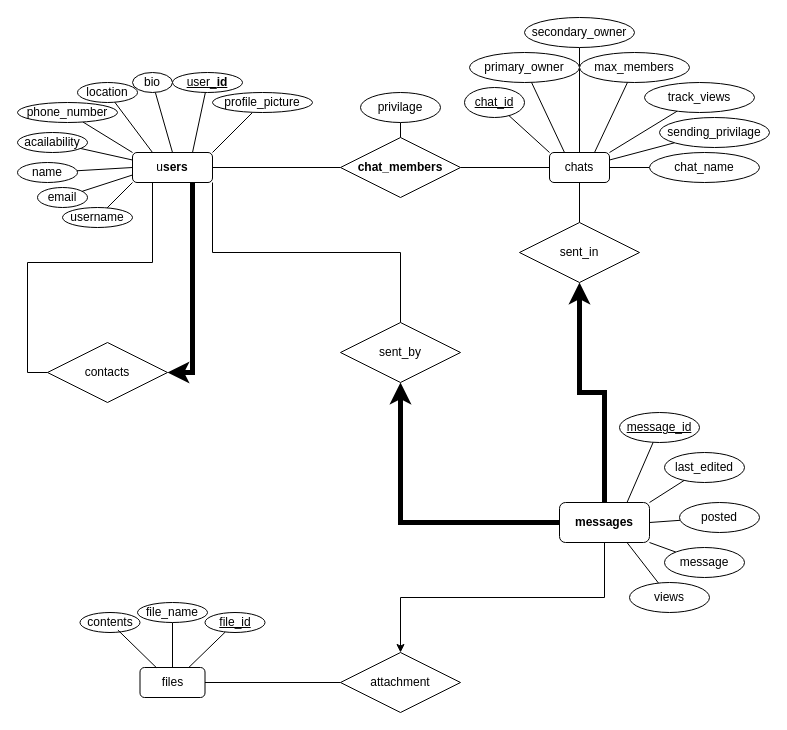
The draw.io diagram ER Diagram.drawio in ParkerTenBroeck/COSC_3P32, before the edit. Source tidied: cells renumbered, new cells numbered last; positions are measured from the earlier drawing's top-left corner, leaving out a move shared by most shapes. Both pictures are drawn from the tidied source at 100%, with x=0, y=0 at pixel (17, 17).
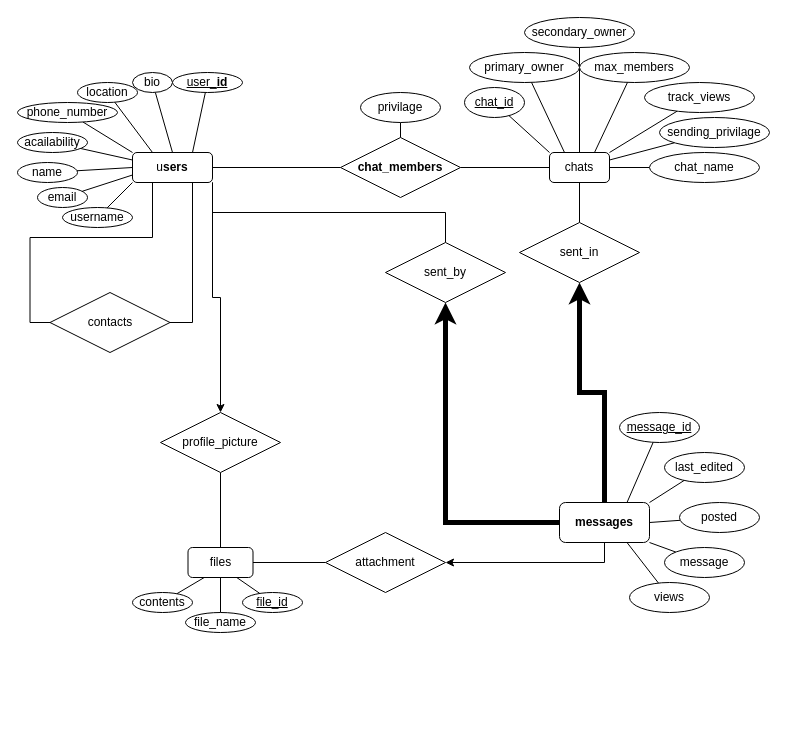
The same diagram, later.

Commit message (it also covers changes not shown here):
I think this models the database currently

Unchanged cells that the change refers to:
```xml
<mxCell id="19" value="u&lt;span style=&quot;font-weight: 700; background-color: initial;&quot;&gt;sers&lt;/span&gt;" style="rounded=1;whiteSpace=wrap;html=1;" parent="1" vertex="1">
  <mxGeometry x="115" y="135" width="80" height="30" as="geometry" />
</mxCell>
<mxCell id="53" value="&lt;span style=&quot;font-weight: 700; text-wrap: nowrap;&quot;&gt;messages&lt;/span&gt;" style="rounded=1;whiteSpace=wrap;html=1;" parent="1" vertex="1">
  <mxGeometry x="542" y="485" width="90" height="40" as="geometry" />
</mxCell>
```

Diff of the diagram source:
```diff
@@
-    <mxCell id="14" style="rounded=0;jettySize=auto;html=1;exitX=1;exitY=0;exitDx=0;exitDy=0;endArrow=none;endFill=0;" parent="1" edge="1" source="19" target="24">
-      <mxGeometry relative="1" as="geometry" />
-    </mxCell>
@@
-    <mxCell id="16" style="edgeStyle=orthogonalEdgeStyle;rounded=0;jettySize=auto;html=1;exitX=1;exitY=1;exitDx=0;exitDy=0;endArrow=none;endFill=0;" parent="1" edge="1" source="19" target="59">
-      <mxGeometry relative="1" as="geometry" />
-    </mxCell>
@@
-    <mxCell id="18" style="edgeStyle=orthogonalEdgeStyle;rounded=0;jettySize=auto;html=1;exitX=0.75;exitY=1;exitDx=0;exitDy=0;entryX=1;entryY=0.5;entryDx=0;entryDy=0;strokeWidth=5;" parent="1" edge="1" source="19" target="68">
+    <mxCell id="18" style="edgeStyle=orthogonalEdgeStyle;rounded=0;jettySize=auto;html=1;exitX=0.75;exitY=1;exitDx=0;exitDy=0;entryX=1;entryY=0.5;entryDx=0;entryDy=0;strokeWidth=1;endArrow=none;endFill=0;" parent="1" edge="1" source="19" target="68">
       <mxGeometry relative="1" as="geometry" />
     </mxCell>
+    <mxCell id="16" style="edgeStyle=orthogonalEdgeStyle;rounded=0;jettySize=auto;html=1;exitX=1;exitY=1;exitDx=0;exitDy=0;endArrow=none;endFill=0;" parent="1" edge="1" source="19" target="59">
+      <mxGeometry relative="1" as="geometry" />
+    </mxCell>
+    <mxCell id="14" style="edgeStyle=orthogonalEdgeStyle;rounded=0;jettySize=auto;html=1;exitX=1;exitY=1;exitDx=0;exitDy=0;endArrow=classic;endFill=1;" parent="1" edge="1" source="19" target="24">
+      <mxGeometry relative="1" as="geometry" />
+    </mxCell>
@@
-    <mxCell id="24" value="profile_picture" style="ellipse;whiteSpace=wrap;html=1;" parent="1" vertex="1">
-      <mxGeometry x="195" y="75" width="100" height="20" as="geometry" />
-    </mxCell>
@@
-    <mxCell id="47" style="edgeStyle=orthogonalEdgeStyle;rounded=0;jettySize=auto;html=1;exitX=0.5;exitY=1;exitDx=0;exitDy=0;" parent="1" edge="1" source="53" target="61">
-      <mxGeometry relative="1" as="geometry" />
-    </mxCell>
@@
+    <mxCell id="47" style="edgeStyle=orthogonalEdgeStyle;rounded=0;jettySize=auto;html=1;exitX=0.5;exitY=1;exitDx=0;exitDy=0;" parent="1" edge="1" source="53" target="61">
+      <mxGeometry relative="1" as="geometry" />
+    </mxCell>
@@
     <mxCell id="59" value="sent_by" style="shape=rhombus;perimeter=rhombusPerimeter;whiteSpace=wrap;html=1;align=center;" parent="1" vertex="1">
-      <mxGeometry x="323" y="305" width="120" height="60" as="geometry" />
+      <mxGeometry x="368" y="225" width="120" height="60" as="geometry" />
     </mxCell>
@@
     <mxCell id="61" value="attachment" style="shape=rhombus;perimeter=rhombusPerimeter;whiteSpace=wrap;html=1;align=center;" parent="1" vertex="1">
-      <mxGeometry x="323" y="635" width="120" height="60" as="geometry" />
+      <mxGeometry x="308" y="515" width="120" height="60" as="geometry" />
     </mxCell>
+    <mxCell id="70" style="rounded=0;jettySize=auto;html=1;exitX=0.25;exitY=1;exitDx=0;exitDy=0;endArrow=none;endFill=0;" parent="1" edge="1" source="64" target="67">
+      <mxGeometry relative="1" as="geometry" />
+    </mxCell>
-    <mxCell id="62" style="rounded=0;jettySize=auto;html=1;exitX=0.75;exitY=0;exitDx=0;exitDy=0;endArrow=none;endFill=0;" parent="1" edge="1" source="64" target="65">
+    <mxCell id="62" style="rounded=0;jettySize=auto;html=1;exitX=0.75;exitY=1;exitDx=0;exitDy=0;endArrow=none;endFill=0;" parent="1" edge="1" source="64" target="65">
       <mxGeometry relative="1" as="geometry" />
     </mxCell>
-    <mxCell id="63" style="rounded=0;jettySize=auto;html=1;exitX=0.5;exitY=0;exitDx=0;exitDy=0;endArrow=none;endFill=0;" parent="1" edge="1" source="64" target="66">
-      <mxGeometry relative="1" as="geometry" />
-    </mxCell>
     <mxCell id="64" value="files" style="rounded=1;whiteSpace=wrap;html=1;" parent="1" vertex="1">
-      <mxGeometry x="122.5" y="650" width="65" height="30" as="geometry" />
+      <mxGeometry x="170.5" y="530" width="65" height="30" as="geometry" />
     </mxCell>
     <mxCell id="65" value="&lt;u&gt;file_id&lt;/u&gt;" style="ellipse;whiteSpace=wrap;html=1;" parent="1" vertex="1">
-      <mxGeometry x="187.5" y="595" width="60" height="20" as="geometry" />
+      <mxGeometry x="225" y="575" width="60" height="20" as="geometry" />
     </mxCell>
+    <mxCell id="71" style="edgeStyle=orthogonalEdgeStyle;rounded=0;jettySize=auto;html=1;exitX=0.5;exitY=0;exitDx=0;exitDy=0;endArrow=none;endFill=0;" parent="1" edge="1" source="66" target="64">
+      <mxGeometry relative="1" as="geometry" />
+    </mxCell>
     <mxCell id="66" value="file_name" style="ellipse;whiteSpace=wrap;html=1;" parent="1" vertex="1">
-      <mxGeometry x="120" y="585" width="70" height="20" as="geometry" />
+      <mxGeometry x="168" y="595" width="70" height="20" as="geometry" />
     </mxCell>
     <mxCell id="67" value="contents" style="ellipse;whiteSpace=wrap;html=1;" parent="1" vertex="1">
-      <mxGeometry x="62.5" y="595" width="60" height="20" as="geometry" />
+      <mxGeometry x="115" y="575" width="60" height="20" as="geometry" />
     </mxCell>
     <mxCell id="68" value="contacts" style="shape=rhombus;perimeter=rhombusPerimeter;whiteSpace=wrap;html=1;align=center;" parent="1" vertex="1">
-      <mxGeometry x="30" y="325" width="120" height="60" as="geometry" />
+      <mxGeometry x="32.5" y="275" width="120" height="60" as="geometry" />
     </mxCell>
@@
-    <mxCell id="70" style="rounded=0;jettySize=auto;html=1;exitX=0.25;exitY=0;exitDx=0;exitDy=0;entryX=0.632;entryY=0.879;entryDx=0;entryDy=0;entryPerimeter=0;endArrow=none;endFill=0;" parent="1" edge="1" source="64" target="67">
-      <mxGeometry relative="1" as="geometry" />
-    </mxCell>
+    <mxCell id="72" style="edgeStyle=orthogonalEdgeStyle;rounded=0;jettySize=auto;html=1;exitX=0.5;exitY=1;exitDx=0;exitDy=0;endArrow=none;endFill=0;startArrow=none;startFill=0;" parent="1" edge="1" source="24" target="64">
+      <mxGeometry relative="1" as="geometry" />
+    </mxCell>
+    <mxCell id="24" value="profile_picture" style="shape=rhombus;perimeter=rhombusPerimeter;whiteSpace=wrap;html=1;align=center;" parent="1" vertex="1">
+      <mxGeometry x="143" y="395" width="120" height="60" as="geometry" />
+    </mxCell>
```
